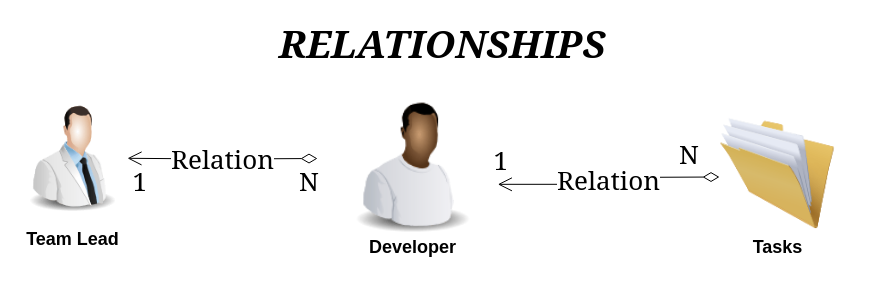
The draw.io diagram drawio/relationships.drawio in muhammedzahit/fullstack-react-dotnet-projectmanagementapp, before the edit. Source tidied: cells renumbered, new cells numbered last; positions are measured from the earlier drawing's top-left corner, leaving out a move shared by most shapes. Both pictures are drawn from the tidied source at 100%, with x=0, y=0 at pixel (17, 29).
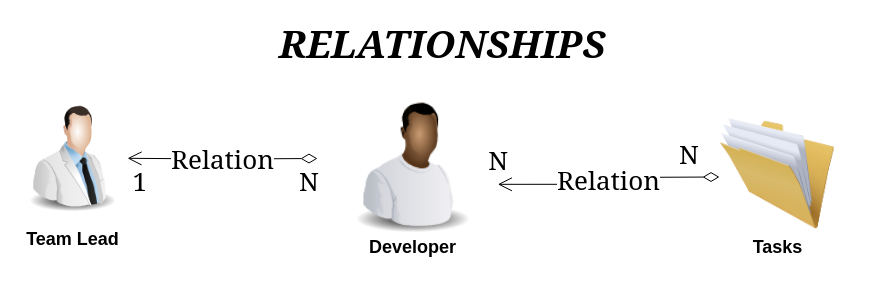
Above is the later version.

The edit, as a diff of the source:
```diff
@@
 <mxGraphModel background="#ffffff">
   <root>
     <mxCell id="0" />
     <mxCell id="1" parent="0" />
     <mxCell id="2" value="&lt;font style=&quot;font-size: 18px;&quot;&gt;&lt;b&gt;Developer&lt;/b&gt;&lt;/font&gt;" style="text;html=1;strokeColor=none;fillColor=none;align=center;verticalAlign=middle;whiteSpace=wrap;rounded=0;" parent="1" vertex="1">
       <mxGeometry x="342.5" y="197.5" width="105" height="40" as="geometry" />
     </mxCell>
     <mxCell id="3" value="&lt;font face=&quot;Georgia&quot; style=&quot;font-size: 39px;&quot;&gt;&lt;i style=&quot;font-size: 39px;&quot;&gt;&lt;b style=&quot;font-size: 39px;&quot;&gt;RELATIONSHIPS&lt;/b&gt;&lt;/i&gt;&lt;/font&gt;" style="text;html=1;strokeColor=none;fillColor=none;align=center;verticalAlign=middle;whiteSpace=wrap;rounded=0;fontSize=39;" parent="1" vertex="1">
       <mxGeometry x="240" width="370" height="30" as="geometry" />
     </mxCell>
     <mxCell id="4" value="&lt;span style=&quot;font-size: 18px;&quot;&gt;&lt;b&gt;Tasks&lt;/b&gt;&lt;/span&gt;" style="text;html=1;strokeColor=none;fillColor=none;align=center;verticalAlign=middle;whiteSpace=wrap;rounded=0;" parent="1" vertex="1">
       <mxGeometry x="682.5" y="197.5" width="155" height="40" as="geometry" />
     </mxCell>
     <mxCell id="5" style="image;html=1;image=img/lib/clip_art/people/Scientist_Man_128x128.png;fontFamily=Georgia;fontSize=26;" parent="1" vertex="1">
       <mxGeometry y="60" width="110" height="137.5" as="geometry" />
     </mxCell>
     <mxCell id="6" style="image;html=1;image=img/lib/clip_art/people/Worker_Black_128x128.png;fontFamily=Georgia;fontSize=26;" parent="1" vertex="1">
       <mxGeometry x="310" y="60" width="170" height="145" as="geometry" />
     </mxCell>
     <mxCell id="7" value="&lt;span style=&quot;font-size: 18px;&quot;&gt;&lt;b&gt;Team Lead&lt;/b&gt;&lt;/span&gt;" style="text;html=1;strokeColor=none;fillColor=none;align=center;verticalAlign=middle;whiteSpace=wrap;rounded=0;" parent="1" vertex="1">
       <mxGeometry x="2.5" y="190" width="105" height="40" as="geometry" />
     </mxCell>
     <mxCell id="8" value="Relation" style="endArrow=open;html=1;endSize=12;startArrow=diamondThin;startSize=14;startFill=0;edgeStyle=orthogonalEdgeStyle;fontFamily=Georgia;fontSize=26;exitX=0;exitY=0.5;exitDx=0;exitDy=0;entryX=1.002;entryY=0.654;entryDx=0;entryDy=0;entryPerimeter=0;" parent="1" edge="1" target="6">
       <mxGeometry relative="1" as="geometry">
         <mxPoint x="702" y="147.5" as="sourcePoint" />
       </mxGeometry>
     </mxCell>
     <mxCell id="9" value="N" style="edgeLabel;html=1;align=left;verticalAlign=top;fontFamily=Georgia;fontSize=26;" parent="8" vertex="1">
       <mxGeometry x="-1" relative="1" as="geometry">
         <mxPoint x="-42" y="-45" as="offset" />
       </mxGeometry>
     </mxCell>
-    <mxCell id="10" value="1" style="edgeLabel;html=1;align=right;verticalAlign=top;fontFamily=Georgia;fontSize=26;" parent="8" vertex="1">
+    <mxCell id="10" value="N" style="edgeLabel;html=1;align=right;verticalAlign=top;fontFamily=Georgia;fontSize=26;" parent="8" vertex="1">
       <mxGeometry x="1" relative="1" as="geometry">
         <mxPoint x="10" y="-46" as="offset" />
       </mxGeometry>
     </mxCell>
     <mxCell id="11" value="Relation" style="endArrow=open;html=1;endSize=12;startArrow=diamondThin;startSize=14;startFill=0;edgeStyle=orthogonalEdgeStyle;fontFamily=Georgia;fontSize=26;" parent="1" edge="1" target="5">
       <mxGeometry relative="1" as="geometry">
         <mxPoint x="300" y="129" as="sourcePoint" />
       </mxGeometry>
     </mxCell>
     <mxCell id="12" value="N" style="edgeLabel;html=1;align=left;verticalAlign=top;fontFamily=Georgia;fontSize=26;" parent="11" vertex="1">
       <mxGeometry x="-1" relative="1" as="geometry">
         <mxPoint x="-20" y="1" as="offset" />
       </mxGeometry>
     </mxCell>
     <mxCell id="13" value="1" style="edgeLabel;html=1;align=right;verticalAlign=top;fontFamily=Georgia;fontSize=26;" parent="11" vertex="1">
       <mxGeometry x="1" relative="1" as="geometry">
         <mxPoint x="20" y="1" as="offset" />
       </mxGeometry>
     </mxCell>
     <mxCell id="14" style="image;html=1;image=img/lib/clip_art/general/Full_Folder_128x128.png;" parent="1" vertex="1">
       <mxGeometry x="700" y="88.8" width="120" height="111.2" as="geometry" />
     </mxCell>
   </root>
 </mxGraphModel>
```
